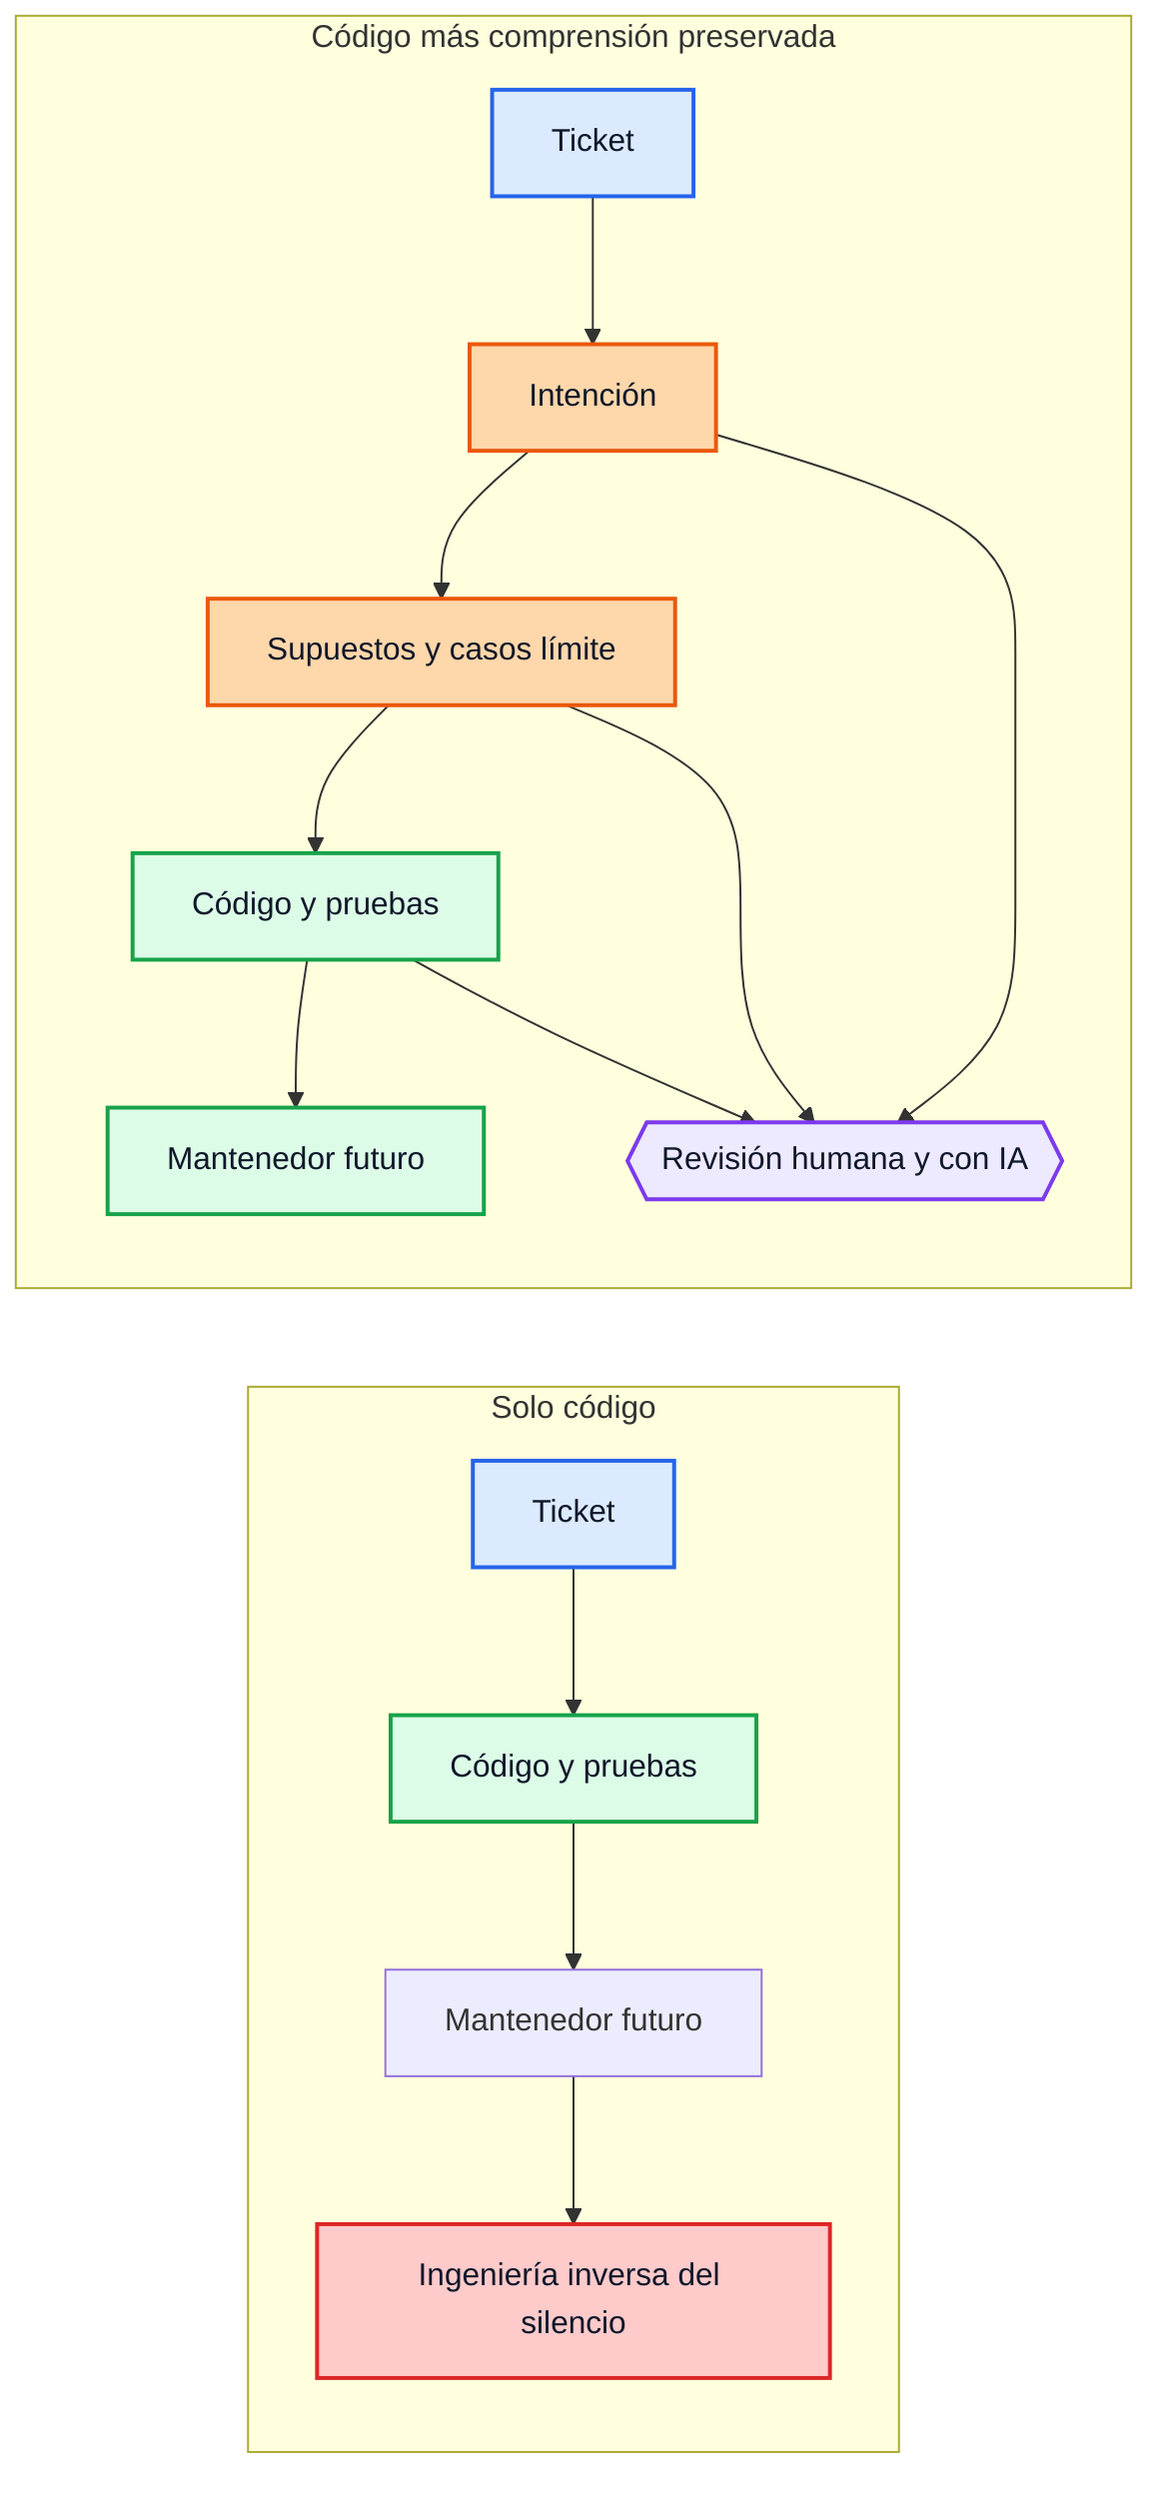
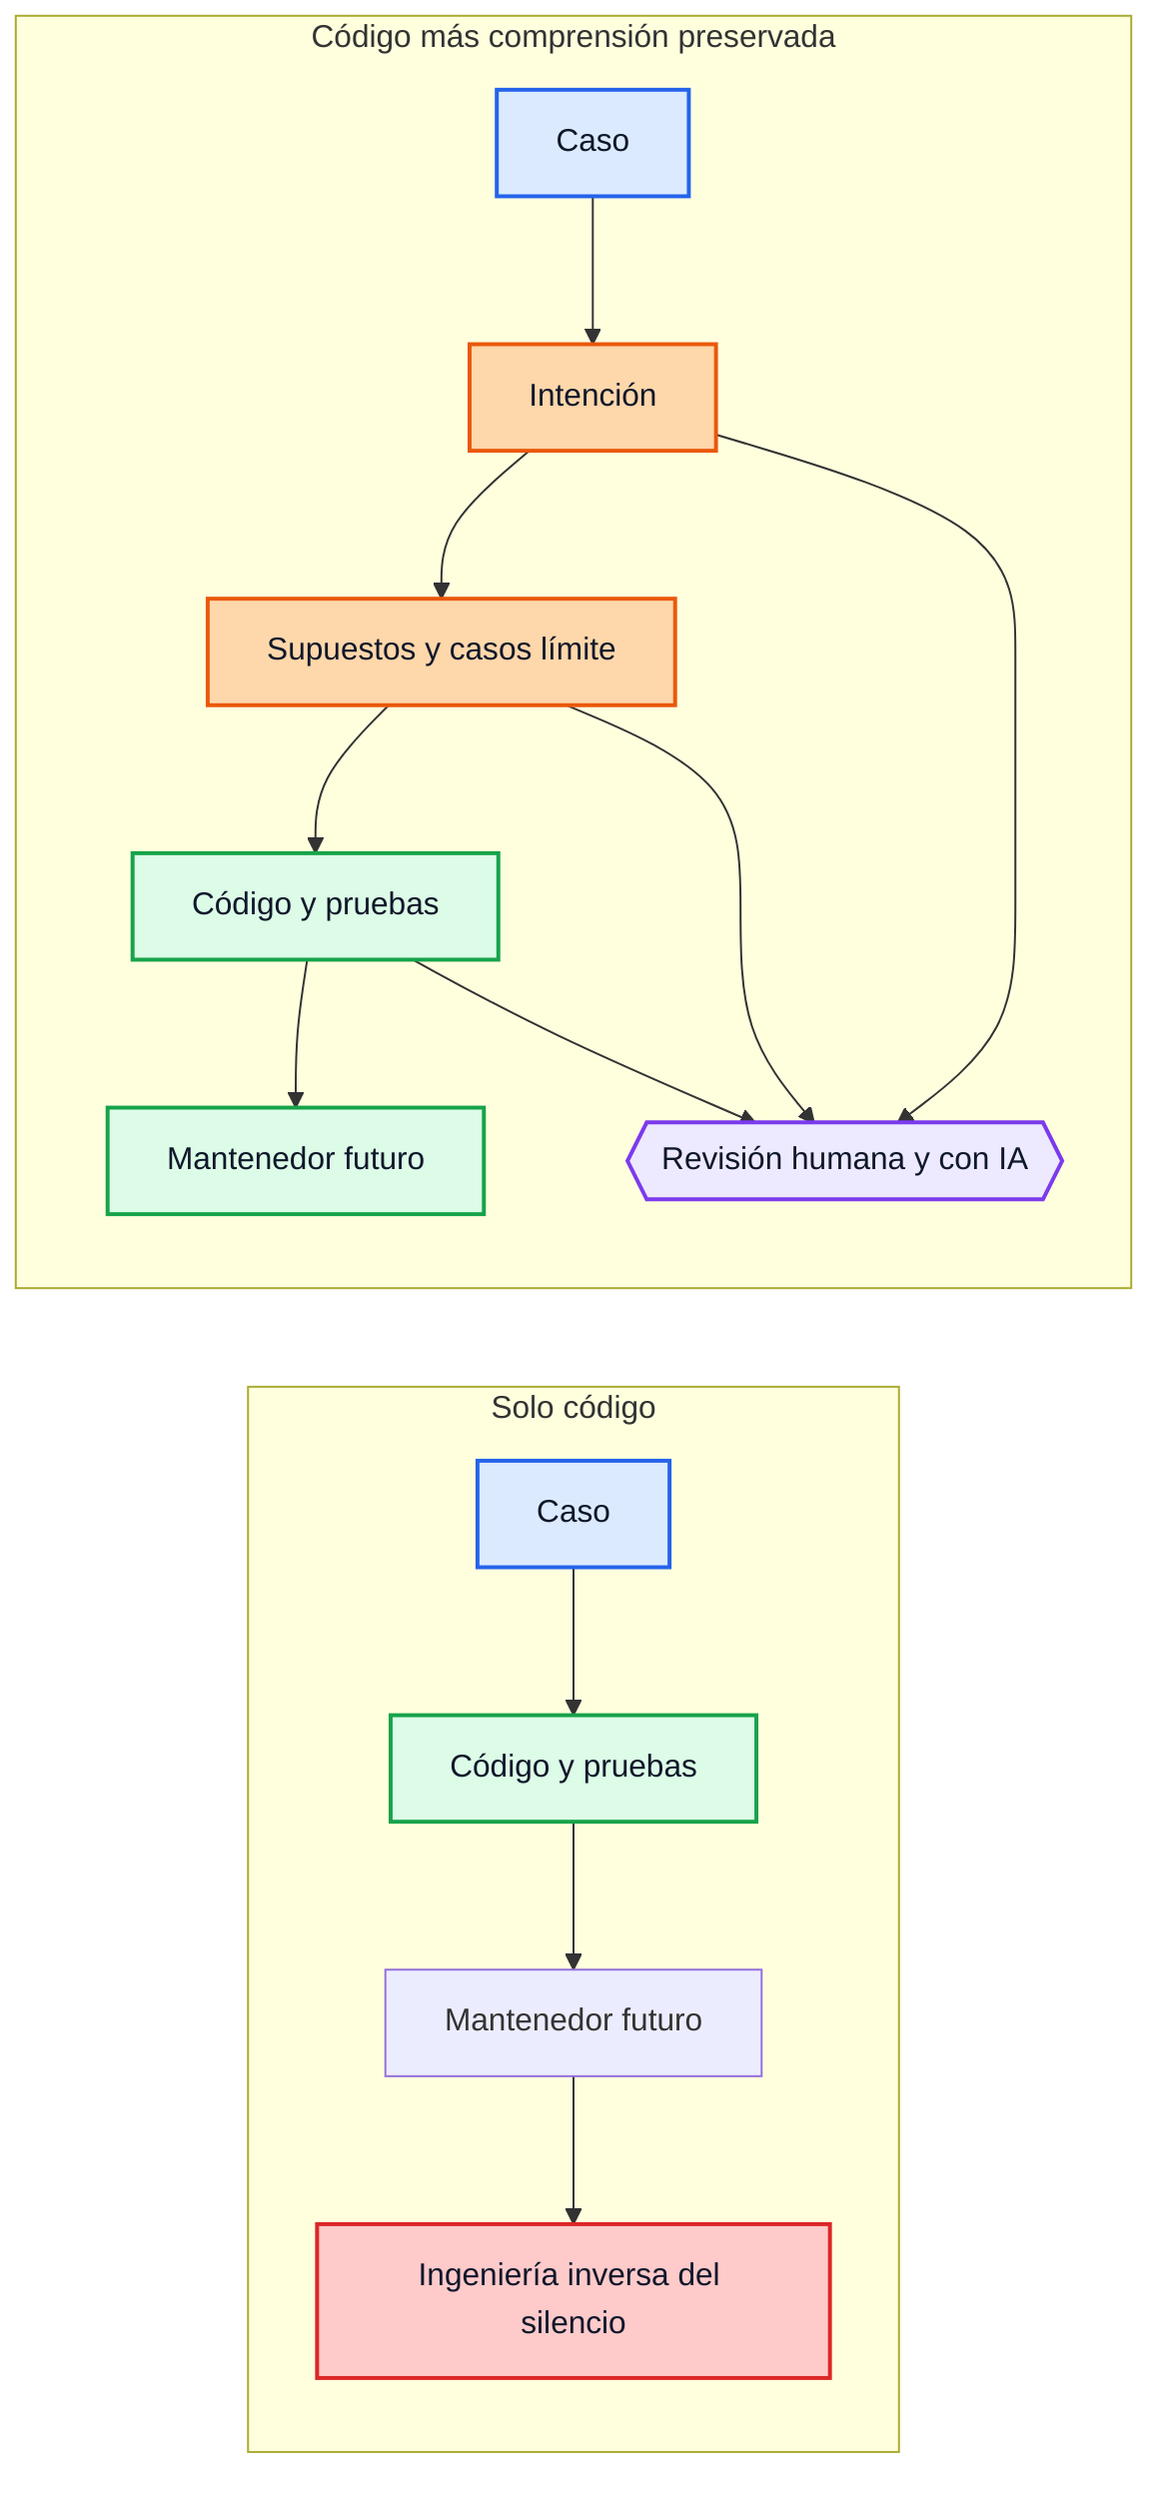
%% Blue = specification or source of truth.
%% Orange = inferred intent and preserved understanding.
%% Green = implementation artifacts.
%% Purple = review and validation loops.
%% Red = maintainability risk.
%% Mermaid source is authoritative. Render with htmlLabels: false via tools/mermaid-render-config.json.
flowchart LR
    subgraph LEFT[Solo código]
-         LSPEC[Ticket]
+         LSPEC[Caso]
        LCODE[Código y pruebas]
        LMAINT[Mantenedor futuro]
        LRISK[Ingeniería inversa del silencio]

        LSPEC --> LCODE --> LMAINT --> LRISK
    end

    subgraph RIGHT[Código más comprensión preservada]
-         RSPEC[Ticket]
+         RSPEC[Caso]
        RINTENT[Intención]
        RASSUME[Supuestos y casos límite]
        RCODE[Código y pruebas]
        RREVIEW{{Revisión humana y con IA}}
        RMAINT[Mantenedor futuro]

        RSPEC --> RINTENT --> RASSUME --> RCODE --> RMAINT
        RINTENT --> RREVIEW
        RASSUME --> RREVIEW
        RCODE --> RREVIEW
    end

    classDef source fill:#dbeafe,stroke:#2563eb,stroke-width:2px,color:#0f172a;
    classDef understanding fill:#fed7aa,stroke:#ea580c,stroke-width:2px,color:#0f172a;
    classDef implementation fill:#dcfce7,stroke:#16a34a,stroke-width:2px,color:#0f172a;
    classDef review fill:#ede9fe,stroke:#7c3aed,stroke-width:2px,color:#0f172a;
    classDef risk fill:#fecaca,stroke:#dc2626,stroke-width:2px,color:#0f172a;

    class LSPEC,RSPEC source;
    class RINTENT,RASSUME understanding;
    class LCODE,RCODE,RMAINT implementation;
    class RREVIEW review;
    class LRISK risk;
